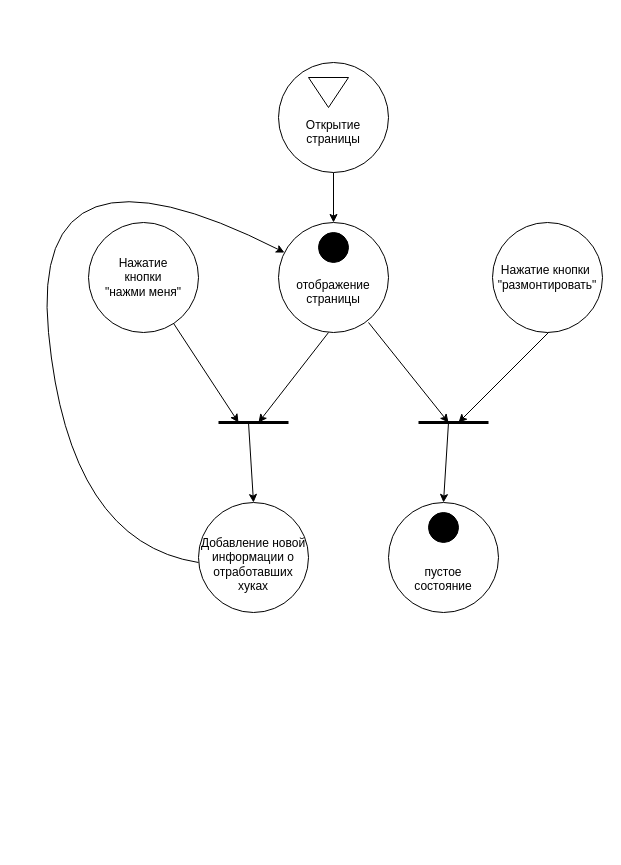
ShallValery/Web_programming keeps this draw.io diagram as LB7 life_curcle_Vue/Работа/circle.drawio. Above is the earlier version. Source tidied: cells renumbered, new cells numbered last; positions are measured from the earlier drawing's top-left corner, leaving out a move shared by most shapes. Both pictures are drawn from the tidied source at 100%, with x=0, y=0 at pixel (28, 62).
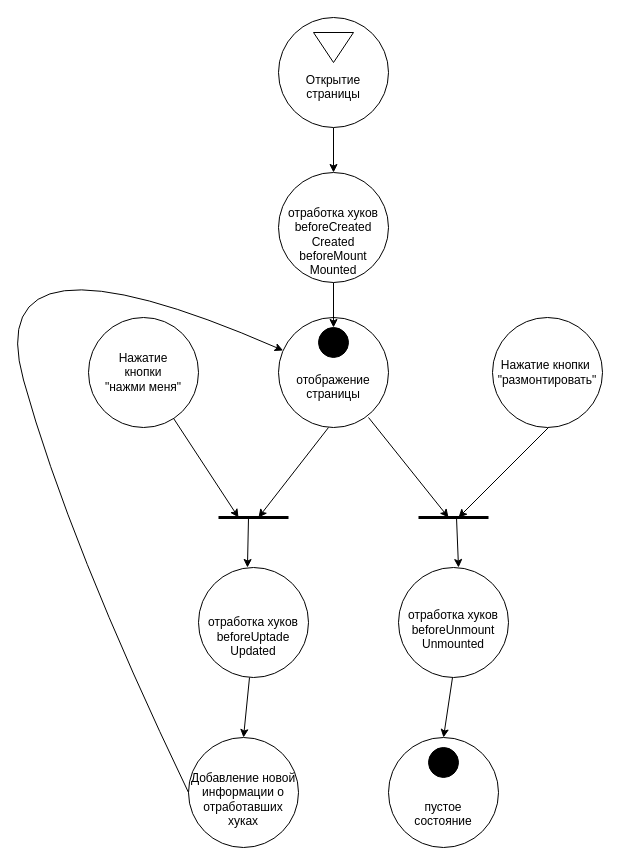
The same page after the edit.

Change to the diagram source:
```diff
@@
-    <mxCell id="2" style="edgeStyle=orthogonalEdgeStyle;rounded=0;jettySize=auto;html=1;" parent="1" edge="1" source="3" target="4">
-      <mxGeometry relative="1" as="geometry" />
-    </mxCell>
+    <mxCell id="22" style="edgeStyle=orthogonalEdgeStyle;rounded=0;jettySize=auto;html=1;" parent="1" edge="1" source="3" target="24">
+      <mxGeometry relative="1" as="geometry" />
+    </mxCell>
     <mxCell id="3" value="&lt;br&gt;&lt;br&gt;Открытие&lt;br&gt;страницы" style="ellipse;whiteSpace=wrap;html=1;" parent="1" vertex="1">
-      <mxGeometry x="250" width="110" height="110" as="geometry" />
+      <mxGeometry x="250" y="-45" width="110" height="110" as="geometry" />
     </mxCell>
     <mxCell id="4" value="&lt;br&gt;&lt;br&gt;отображение&lt;br&gt;страницы" style="ellipse;whiteSpace=wrap;html=1;" parent="1" vertex="1">
-      <mxGeometry x="250" y="160" width="110" height="110" as="geometry" />
+      <mxGeometry x="250" y="255" width="110" height="110" as="geometry" />
     </mxCell>
     <mxCell id="5" style="triangle;whiteSpace=wrap;html=1;rotation=90;" parent="1" vertex="1">
-      <mxGeometry x="285" y="10" width="30" height="40" as="geometry" />
+      <mxGeometry x="290" y="-35" width="30" height="40" as="geometry" />
     </mxCell>
     <mxCell id="6" style="ellipse;whiteSpace=wrap;html=1;fillColor=#000000;" parent="1" vertex="1">
-      <mxGeometry x="290" y="170" width="30" height="30" as="geometry" />
+      <mxGeometry x="290" y="265" width="30" height="30" as="geometry" />
     </mxCell>
     <mxCell id="7" style="endArrow=classic;html=1;rounded=0;" parent="1" edge="1" source="10">
       <mxGeometry relative="1" as="geometry">
-        <mxPoint x="210" y="360" as="targetPoint" />
+        <mxPoint x="210" y="455" as="targetPoint" />
       </mxGeometry>
     </mxCell>
     <mxCell id="8" value="Нажатие кнопки&amp;nbsp;&lt;br&gt;&quot;размонтировать&quot;" style="ellipse;whiteSpace=wrap;html=1;" parent="1" vertex="1">
-      <mxGeometry x="464" y="160" width="110" height="110" as="geometry" />
+      <mxGeometry x="464" y="255" width="110" height="110" as="geometry" />
     </mxCell>
     <mxCell id="9" style="endArrow=classic;html=1;rounded=0;" parent="1" edge="1" target="10">
       <mxGeometry relative="1" as="geometry">
-        <mxPoint x="150" y="200" as="sourcePoint" />
+        <mxPoint x="150" y="295" as="sourcePoint" />
       </mxGeometry>
     </mxCell>
     <mxCell id="10" value="Нажатие&lt;br&gt;кнопки&lt;br&gt;&quot;нажми меня&quot;" style="ellipse;whiteSpace=wrap;html=1;" parent="1" vertex="1">
-      <mxGeometry x="60" y="160" width="110" height="110" as="geometry" />
+      <mxGeometry x="60" y="255" width="110" height="110" as="geometry" />
     </mxCell>
     <mxCell id="11" style="endArrow=none;html=1;rounded=0;strokeWidth=3;" parent="1" edge="1">
       <mxGeometry relative="1" as="geometry">
-        <mxPoint x="190" y="360" as="sourcePoint" />
-        <mxPoint x="260" y="360" as="targetPoint" />
+        <mxPoint x="190" y="455" as="sourcePoint" />
+        <mxPoint x="260" y="455" as="targetPoint" />
       </mxGeometry>
     </mxCell>
     <mxCell id="12" style="endArrow=classic;html=1;rounded=0;" parent="1" edge="1">
       <mxGeometry relative="1" as="geometry">
-        <mxPoint x="300" y="270" as="sourcePoint" />
-        <mxPoint x="230" y="360" as="targetPoint" />
+        <mxPoint x="300" y="365" as="sourcePoint" />
+        <mxPoint x="230" y="455" as="targetPoint" />
       </mxGeometry>
     </mxCell>
     <mxCell id="13" value="&lt;br&gt;Добавление новой информации о отработавших хуках" style="ellipse;whiteSpace=wrap;html=1;" parent="1" vertex="1">
-      <mxGeometry x="170" y="440" width="110" height="110" as="geometry" />
+      <mxGeometry x="160" y="675" width="110" height="110" as="geometry" />
     </mxCell>
-    <mxCell id="14" style="endArrow=classic;html=1;rounded=0;entryX=0.5;entryY=0;entryDx=0;entryDy=0;" parent="1" edge="1" target="13">
-      <mxGeometry relative="1" as="geometry">
-        <mxPoint x="220" y="360" as="sourcePoint" />
-      </mxGeometry>
-    </mxCell>
     <mxCell id="15" style="endArrow=none;html=1;rounded=0;strokeWidth=3;" parent="1" edge="1">
       <mxGeometry relative="1" as="geometry">
-        <mxPoint x="390" y="360" as="sourcePoint" />
-        <mxPoint x="460" y="360" as="targetPoint" />
+        <mxPoint x="390" y="455" as="sourcePoint" />
+        <mxPoint x="460" y="455" as="targetPoint" />
       </mxGeometry>
     </mxCell>
     <mxCell id="16" style="endArrow=classic;html=1;rounded=0;" parent="1" edge="1">
       <mxGeometry relative="1" as="geometry">
-        <mxPoint x="340" y="260" as="sourcePoint" />
-        <mxPoint x="420" y="360" as="targetPoint" />
+        <mxPoint x="340" y="355" as="sourcePoint" />
+        <mxPoint x="420" y="455" as="targetPoint" />
       </mxGeometry>
     </mxCell>
     <mxCell id="17" style="endArrow=classic;html=1;rounded=0;" parent="1" edge="1">
       <mxGeometry relative="1" as="geometry">
-        <mxPoint x="520" y="270" as="sourcePoint" />
-        <mxPoint x="430" y="360" as="targetPoint" />
+        <mxPoint x="520" y="365" as="sourcePoint" />
+        <mxPoint x="430" y="455" as="targetPoint" />
       </mxGeometry>
     </mxCell>
-    <mxCell id="18" style="curved=1;endArrow=classic;html=1;rounded=0;" parent="1" edge="1" target="4">
+    <mxCell id="18" style="curved=1;endArrow=classic;html=1;rounded=0;exitX=0;exitY=0.5;exitDx=0;exitDy=0;" parent="1" edge="1" source="13" target="4">
       <mxGeometry relative="1" as="geometry">
-        <mxPoint x="170" y="500" as="sourcePoint" />
         <Array as="points">
           <mxPoint x="40" y="480" />
-          <mxPoint y="60" />
+          <mxPoint x="-50" y="155" />
         </Array>
       </mxGeometry>
     </mxCell>
     <mxCell id="19" value="&lt;br&gt;&lt;br&gt;&lt;br&gt;пустое&lt;br&gt;состояние" style="ellipse;whiteSpace=wrap;html=1;" parent="1" vertex="1">
-      <mxGeometry x="360" y="440" width="110" height="110" as="geometry" />
+      <mxGeometry x="360" y="675" width="110" height="110" as="geometry" />
     </mxCell>
     <mxCell id="20" style="ellipse;whiteSpace=wrap;html=1;fillColor=#000000;" parent="1" vertex="1">
-      <mxGeometry x="400" y="450" width="30" height="30" as="geometry" />
+      <mxGeometry x="400" y="685" width="30" height="30" as="geometry" />
     </mxCell>
-    <mxCell id="21" style="endArrow=classic;html=1;rounded=0;entryX=0.5;entryY=0;entryDx=0;entryDy=0;" parent="1" edge="1" target="19">
-      <mxGeometry relative="1" as="geometry">
-        <mxPoint x="420" y="360" as="sourcePoint" />
-      </mxGeometry>
-    </mxCell>
+    <mxCell id="23" style="edgeStyle=orthogonalEdgeStyle;rounded=0;jettySize=auto;html=1;" parent="1" edge="1" source="24" target="6">
+      <mxGeometry relative="1" as="geometry" />
+    </mxCell>
+    <mxCell id="24" value="&lt;br&gt;&lt;br&gt;отработка хуков&lt;br&gt;beforeCreated&lt;br&gt;Created&lt;br&gt;beforeMount&lt;br&gt;Mounted" style="ellipse;whiteSpace=wrap;html=1;" parent="1" vertex="1">
+      <mxGeometry x="250" y="110" width="110" height="110" as="geometry" />
+    </mxCell>
+    <mxCell id="25" value="&lt;br&gt;&lt;br&gt;отработка хуков&lt;br&gt;beforeUptade&lt;br&gt;Updated" style="ellipse;whiteSpace=wrap;html=1;" parent="1" vertex="1">
+      <mxGeometry x="170" y="505" width="110" height="110" as="geometry" />
+    </mxCell>
+    <mxCell id="26" style="endArrow=classic;html=1;rounded=0;entryX=0.445;entryY=0;entryDx=0;entryDy=0;entryPerimeter=0;" parent="1" edge="1" target="25">
+      <mxGeometry relative="1" as="geometry">
+        <mxPoint x="220" y="455" as="sourcePoint" />
+      </mxGeometry>
+    </mxCell>
+    <mxCell id="27" style="endArrow=classic;html=1;rounded=0;entryX=0.5;entryY=0;entryDx=0;entryDy=0;" parent="1" edge="1" target="13">
+      <mxGeometry relative="1" as="geometry">
+        <mxPoint x="221" y="615" as="sourcePoint" />
+      </mxGeometry>
+    </mxCell>
+    <mxCell id="28" value="&lt;br&gt;отработка хуков&lt;br&gt;beforeUnmount&lt;br&gt;Unmounted" style="ellipse;whiteSpace=wrap;html=1;" parent="1" vertex="1">
+      <mxGeometry x="370" y="505" width="110" height="110" as="geometry" />
+    </mxCell>
+    <mxCell id="29" style="endArrow=classic;html=1;rounded=0;" parent="1" edge="1">
+      <mxGeometry relative="1" as="geometry">
+        <mxPoint x="428" y="455" as="sourcePoint" />
+        <mxPoint x="430" y="505" as="targetPoint" />
+      </mxGeometry>
+    </mxCell>
+    <mxCell id="30" style="endArrow=classic;html=1;rounded=0;entryX=0.5;entryY=0;entryDx=0;entryDy=0;" parent="1" edge="1" target="19">
+      <mxGeometry relative="1" as="geometry">
+        <mxPoint x="424" y="615" as="sourcePoint" />
+      </mxGeometry>
+    </mxCell>
```
